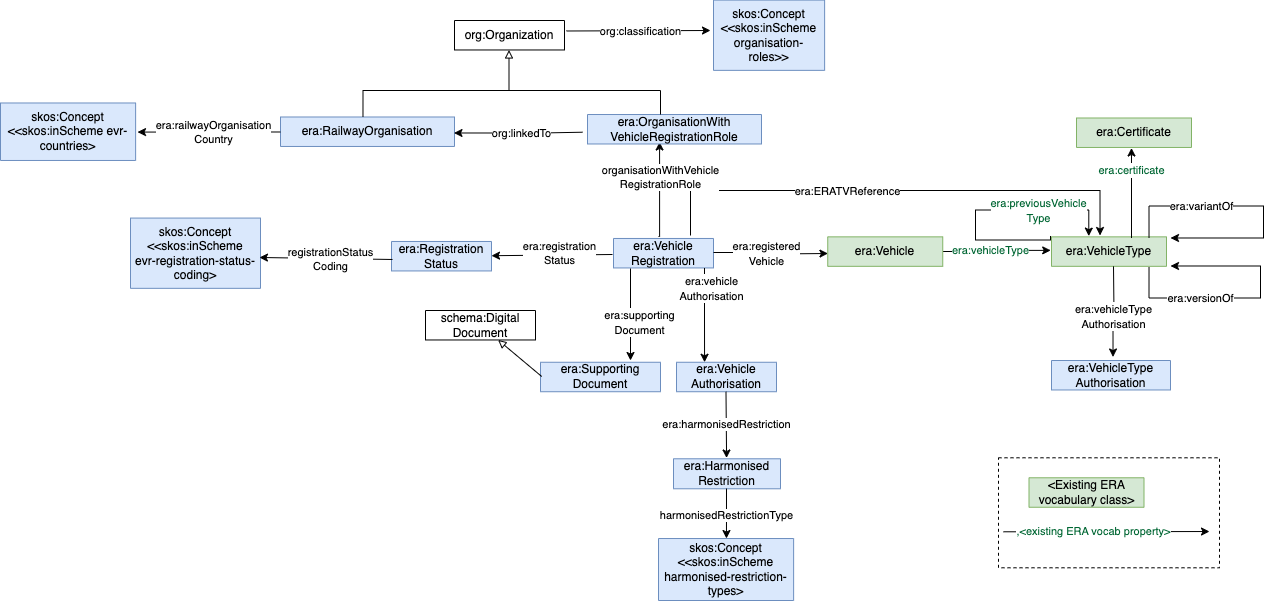
Above: doc-evr-extension/resources/images/ERA-Classes-only-EVR.png in ocorcho/tests-widoco (draw.io), before the change. Source tidied: cells renumbered, new cells last; positions are measured from the earlier drawing's top-left corner, leaving out a move shared by most shapes.
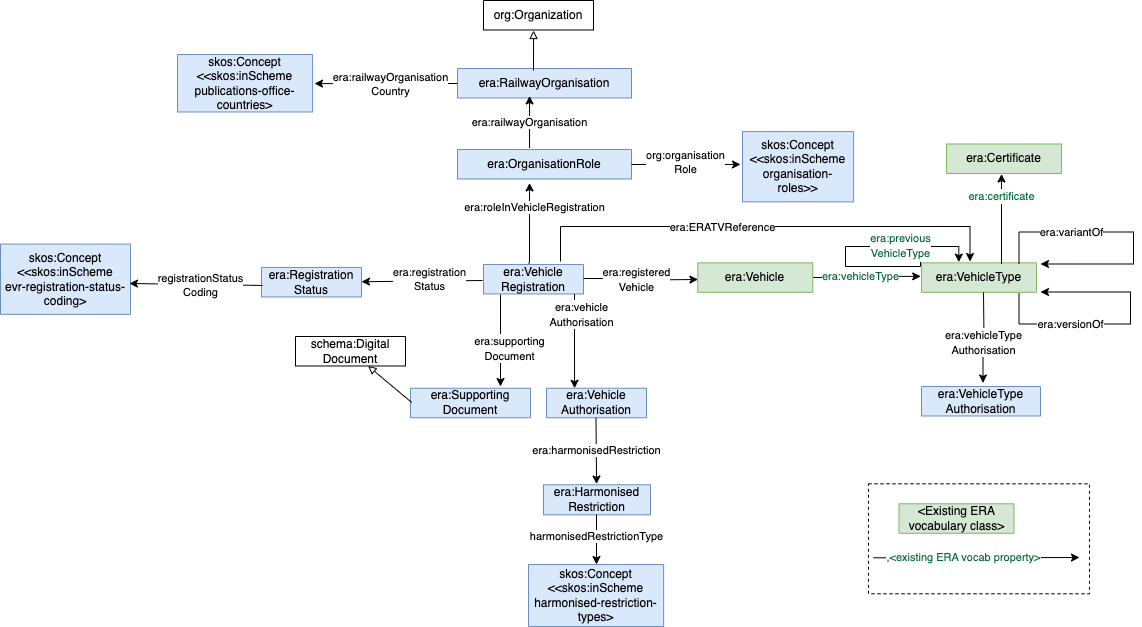
The same diagram one commit later.

The edit, as a diff of the source:
```diff
@@ -6,45 +6,39 @@
       <mxGeometry x="1051" y="236.4" width="115" height="29.5" as="geometry" />
     </mxCell>
     <mxCell id="3" value="&lt;font style=&quot;font-size: 12px ; color: rgb(0 , 0 , 0) ; direction: ltr ; letter-spacing: 0px ; line-height: 120% ; opacity: 1&quot;&gt;era:RailwayOrganisation&lt;br&gt;&lt;/font&gt;" style="verticalAlign=middle;align=center;vsdxID=334;fillColor=#dae8fc;shape=(stored shape, 160 characters);labelBackgroundColor=none;rounded=0;html=1;whiteSpace=wrap;strokeColor=#6c8ebf;" parent="1" vertex="1">
-      <mxGeometry x="280" y="116.5" width="174" height="29.5" as="geometry" />
+      <mxGeometry x="587" y="42" width="174" height="29.5" as="geometry" />
     </mxCell>
     <mxCell id="4" value="&lt;font color=&quot;#006633&quot; style=&quot;font-size: 11px&quot;&gt;era:vehicleType&lt;/font&gt;" style="endArrow=classic;html=1;rounded=0;fontFamily=Helvetica;fontSize=12;fontColor=default;startSize=26;edgeStyle=orthogonalEdgeStyle;entryX=-0.007;entryY=0.459;entryDx=0;entryDy=0;entryPerimeter=0;exitX=1.002;exitY=0.497;exitDx=0;exitDy=0;exitPerimeter=0;" parent="1" edge="1" source="17" target="2">
       <mxGeometry x="-0.13" y="1" relative="1" as="geometry" />
     </mxCell>
-    <mxCell id="5" style="endArrow=block;html=1;rounded=0;fontFamily=Helvetica;fontSize=11;fontColor=default;startSize=26;endFill=0;entryX=0.51;entryY=1;entryDx=0;entryDy=0;entryPerimeter=0;" parent="1" edge="1">
-      <mxGeometry relative="1" as="geometry">
-        <mxPoint x="508.5" y="90" as="sourcePoint" />
-        <mxPoint x="508.5" y="49.5" as="targetPoint" />
-      </mxGeometry>
-    </mxCell>
     <mxCell id="6" value="&lt;font style=&quot;font-size: 12px ; color: rgb(0 , 0 , 0) ; direction: ltr ; letter-spacing: 0px ; line-height: 120% ; opacity: 1&quot;&gt;era:Vehicle&lt;br&gt;Authorisation&lt;br&gt;&lt;/font&gt;" style="verticalAlign=middle;align=center;vsdxID=334;shape=(stored shape, 160 characters);labelBackgroundColor=none;rounded=0;html=1;whiteSpace=wrap;strokeColor=#6c8ebf;fillColor=#dae8fc;" parent="1" vertex="1">
       <mxGeometry x="676" y="361.8" width="100" height="29.5" as="geometry" />
     </mxCell>
     <mxCell id="7" value="&lt;font style=&quot;font-size: 12px ; color: rgb(0 , 0 , 0) ; direction: ltr ; letter-spacing: 0px ; line-height: 120% ; opacity: 1&quot;&gt;skos:Concept&lt;br&gt;&amp;lt;&amp;lt;skos:inScheme&lt;br&gt;organisation-roles&amp;gt;&amp;gt;&lt;br&gt;&lt;/font&gt;" style="verticalAlign=middle;align=center;vsdxID=334;shape=(stored shape, 160 characters);labelBackgroundColor=none;rounded=0;html=1;whiteSpace=wrap;strokeColor=#6c8ebf;fillColor=#dae8fc;" parent="1" vertex="1">
-      <mxGeometry x="713" y="-0.4" width="111.1" height="70.3" as="geometry" />
+      <mxGeometry x="872" y="105.1" width="111.1" height="70.3" as="geometry" />
     </mxCell>
     <mxCell id="8" style="edgeStyle=orthogonalEdgeStyle;rounded=0;orthogonalLoop=1;jettySize=auto;html=1;fontFamily=Helvetica;fontSize=12;fontColor=default;startSize=26;entryX=0.272;entryY=-0.025;entryDx=0;entryDy=0;entryPerimeter=0;" parent="1" edge="1">
       <mxGeometry relative="1" as="geometry">
         <mxPoint x="1050" y="235.5" as="sourcePoint" />
         <mxPoint x="1088.3" y="235.6" as="targetPoint" />
         <Array as="points">
-          <mxPoint x="1050" y="239.5" />
-          <mxPoint x="975" y="239.5" />
-          <mxPoint x="975" y="209.5" />
-          <mxPoint x="1088" y="209.5" />
+          <mxPoint x="1050" y="240" />
+          <mxPoint x="975" y="240" />
+          <mxPoint x="975" y="220" />
+          <mxPoint x="1088" y="220" />
         </Array>
       </mxGeometry>
     </mxCell>
-    <mxCell id="9" value="&lt;font color=&quot;#006633&quot; style=&quot;font-size: 11px&quot;&gt;era:previousVehicle&lt;br&gt;Type&lt;/font&gt;" style="edgeLabel;html=1;align=center;verticalAlign=middle;fontSize=12;fontFamily=Helvetica;fontColor=default;" parent="8" vertex="1">
+    <mxCell id="9" value="&lt;font color=&quot;#006633&quot; style=&quot;font-size: 11px&quot;&gt;era:previous&lt;br&gt;VehicleType&lt;/font&gt;" style="edgeLabel;html=1;align=center;verticalAlign=middle;fontSize=12;fontFamily=Helvetica;fontColor=default;" parent="8" vertex="1">
       <mxGeometry x="-0.51" relative="1" as="geometry">
-        <mxPoint x="43" y="-30" as="offset" />
+        <mxPoint x="30" y="-22" as="offset" />
       </mxGeometry>
     </mxCell>
     <mxCell id="10" value="&lt;font style=&quot;font-size: 12px ; color: rgb(0 , 0 , 0) ; direction: ltr ; letter-spacing: 0px ; line-height: 120% ; opacity: 1&quot;&gt;schema:Digital&lt;br&gt;Document&lt;br&gt;&lt;/font&gt;" style="verticalAlign=middle;align=center;vsdxID=334;shape=(stored shape, 160 characters);labelBackgroundColor=none;rounded=0;html=1;whiteSpace=wrap;" parent="1" vertex="1">
       <mxGeometry x="425" y="310" width="110" height="29.5" as="geometry" />
     </mxCell>
     <mxCell id="11" value="&lt;font style=&quot;font-size: 12px ; color: rgb(0 , 0 , 0) ; direction: ltr ; letter-spacing: 0px ; line-height: 120% ; opacity: 1&quot;&gt;org:Organization&lt;br&gt;&lt;/font&gt;" style="verticalAlign=middle;align=center;vsdxID=334;shape=(stored shape, 160 characters);labelBackgroundColor=none;rounded=0;html=1;whiteSpace=wrap;" parent="1" vertex="1">
-      <mxGeometry x="454" y="20" width="110" height="29.5" as="geometry" />
+      <mxGeometry x="613" y="-26" width="110" height="29.5" as="geometry" />
     </mxCell>
     <mxCell id="12" value="&lt;font style=&quot;font-size: 12px ; color: rgb(0 , 0 , 0) ; direction: ltr ; letter-spacing: 0px ; line-height: 120% ; opacity: 1&quot;&gt;&amp;lt;Existing ERA vocabulary class&amp;gt;&lt;br&gt;&lt;/font&gt;" style="verticalAlign=middle;align=center;vsdxID=334;shape=(stored shape, 160 characters);labelBackgroundColor=none;rounded=0;html=1;whiteSpace=wrap;strokeColor=#82b366;fillColor=#d5e8d4;" parent="1" vertex="1">
       <mxGeometry x="1028.5" y="477.3" width="115" height="29.5" as="geometry" />
@@ -122,8 +116,8 @@
       <mxGeometry relative="1" as="geometry">
         <mxPoint x="690" y="235" as="sourcePoint" />
         <Array as="points">
-          <mxPoint x="690" y="190" />
-          <mxPoint x="1100" y="190" />
+          <mxPoint x="690" y="200" />
+          <mxPoint x="1100" y="200" />
         </Array>
       </mxGeometry>
     </mxCell>
@@ -215,20 +209,19 @@
       </mxGeometry>
     </mxCell>
     <mxCell id="44" value="harmonisedRestrictionType" style="endArrow=classic;html=1;rounded=0;entryX=0.503;entryY=0;entryDx=0;entryDy=0;entryPerimeter=0;fillColor=#f8cecc;strokeColor=#000000;" parent="1" edge="1" target="45">
-      <mxGeometry x="0.1" relative="1" as="geometry">
+      <mxGeometry x="-0.12" relative="1" as="geometry">
         <mxPoint x="726" y="488" as="sourcePoint" />
-        <mxPoint y="-1" as="offset" />
       </mxGeometry>
     </mxCell>
     <mxCell id="45" value="&lt;font style=&quot;font-size: 12px ; color: rgb(0 , 0 , 0) ; direction: ltr ; letter-spacing: 0px ; line-height: 120% ; opacity: 1&quot;&gt;skos:Concept&lt;br&gt;&amp;lt;&amp;lt;skos:inScheme harmonised-restriction-types&amp;gt;&lt;br&gt;&lt;/font&gt;" style="verticalAlign=middle;align=center;vsdxID=334;shape=(stored shape, 160 characters);labelBackgroundColor=none;rounded=0;html=1;whiteSpace=wrap;strokeColor=#6c8ebf;fillColor=#dae8fc;" parent="1" vertex="1">
       <mxGeometry x="658" y="538" width="135.1" height="62" as="geometry" />
     </mxCell>
-    <mxCell id="46" value="&lt;font style=&quot;font-size: 12px ; color: rgb(0 , 0 , 0) ; direction: ltr ; letter-spacing: 0px ; line-height: 120% ; opacity: 1&quot;&gt;skos:Concept&lt;br&gt;&amp;lt;&amp;lt;skos:inScheme evr-countries&amp;gt;&lt;br&gt;&lt;/font&gt;" style="verticalAlign=middle;align=center;vsdxID=334;shape=(stored shape, 160 characters);labelBackgroundColor=none;rounded=0;html=1;whiteSpace=wrap;strokeColor=#6c8ebf;fillColor=#dae8fc;" parent="1" vertex="1">
-      <mxGeometry y="102.5" width="135.1" height="57.5" as="geometry" />
+    <mxCell id="46" value="&lt;font style=&quot;font-size: 12px ; color: rgb(0 , 0 , 0) ; direction: ltr ; letter-spacing: 0px ; line-height: 120% ; opacity: 1&quot;&gt;skos:Concept&lt;br&gt;&amp;lt;&amp;lt;skos:inScheme publications-office-countries&amp;gt;&lt;br&gt;&lt;/font&gt;" style="verticalAlign=middle;align=center;vsdxID=334;shape=(stored shape, 160 characters);labelBackgroundColor=none;rounded=0;html=1;whiteSpace=wrap;strokeColor=#6c8ebf;fillColor=#dae8fc;" parent="1" vertex="1">
+      <mxGeometry x="307" y="28" width="135.1" height="57.5" as="geometry" />
     </mxCell>
     <mxCell id="47" style="endArrow=classic;html=1;rounded=0;entryX=1.014;entryY=0.506;entryDx=0;entryDy=0;entryPerimeter=0;startArrow=none;startFill=0;endFill=1;" parent="1" edge="1" target="46">
       <mxGeometry relative="1" as="geometry">
-        <mxPoint x="280" y="131.5" as="sourcePoint" />
+        <mxPoint x="587" y="57" as="sourcePoint" />
       </mxGeometry>
     </mxCell>
     <mxCell id="48" value="era:railwayOrganisation&lt;br&gt;Country" style="edgeLabel;html=1;align=center;verticalAlign=middle;" parent="47" vertex="1">
@@ -236,59 +229,35 @@
         <mxPoint x="18" y="-1" as="offset" />
       </mxGeometry>
     </mxCell>
-    <mxCell id="49" style="endArrow=none;html=1;rounded=0;fontFamily=Helvetica;fontSize=12;fontColor=default;startSize=6;edgeStyle=orthogonalEdgeStyle;startArrow=classic;startFill=1;endFill=0;exitX=0.443;exitY=0.933;exitDx=0;exitDy=0;exitPerimeter=0;" parent="1" edge="1">
+    <mxCell id="49" style="endArrow=none;html=1;rounded=0;fontFamily=Helvetica;fontSize=12;fontColor=default;startSize=6;edgeStyle=orthogonalEdgeStyle;startArrow=classic;startFill=1;endFill=0;exitX=0.414;exitY=1.136;exitDx=0;exitDy=0;exitPerimeter=0;" parent="1" edge="1" source="51">
       <mxGeometry x="0.08" relative="1" as="geometry">
-        <mxPoint x="659.1" y="141.5" as="sourcePoint" />
-        <mxPoint x="658" y="236" as="targetPoint" />
+        <mxPoint x="658" y="237" as="targetPoint" />
         <Array as="points">
           <mxPoint x="659" y="236" />
-          <mxPoint x="658" y="236" />
         </Array>
       </mxGeometry>
     </mxCell>
-    <mxCell id="50" value="organisationWithVehicle&lt;br&gt;RegistrationRole" style="edgeLabel;html=1;align=center;verticalAlign=middle;" parent="49" vertex="1">
+    <mxCell id="50" value="era:roleInVehicleRegistration" style="edgeLabel;html=1;align=center;verticalAlign=middle;" parent="49" vertex="1">
       <mxGeometry x="-0.16" y="-1" relative="1" as="geometry">
-        <mxPoint x="1" y="-5" as="offset" />
+        <mxPoint x="5" y="-10" as="offset" />
       </mxGeometry>
     </mxCell>
-    <mxCell id="51" value="&lt;font style=&quot;font-size: 12px ; color: rgb(0 , 0 , 0) ; direction: ltr ; letter-spacing: 0px ; line-height: 120% ; opacity: 1&quot;&gt;era:OrganisationWith&lt;br&gt;VehicleRegistrationRole&lt;br&gt;&lt;/font&gt;" style="verticalAlign=middle;align=center;vsdxID=334;fillColor=#dae8fc;shape=(stored shape, 160 characters);labelBackgroundColor=none;rounded=0;html=1;whiteSpace=wrap;strokeColor=#6c8ebf;" parent="1" vertex="1">
-      <mxGeometry x="587" y="114" width="174" height="29.5" as="geometry" />
+    <mxCell id="51" value="&lt;font style=&quot;font-size: 12px ; color: rgb(0 , 0 , 0) ; direction: ltr ; letter-spacing: 0px ; line-height: 120% ; opacity: 1&quot;&gt;era:OrganisationRole&lt;br&gt;&lt;/font&gt;" style="verticalAlign=middle;align=center;vsdxID=334;fillColor=#dae8fc;shape=(stored shape, 160 characters);labelBackgroundColor=none;rounded=0;html=1;whiteSpace=wrap;strokeColor=#6c8ebf;" parent="1" vertex="1">
+      <mxGeometry x="587" y="123" width="174" height="29.5" as="geometry" />
     </mxCell>
-    <mxCell id="52" style="endArrow=none;html=1;rounded=0;edgeStyle=orthogonalEdgeStyle;exitX=0.474;exitY=0;exitDx=0;exitDy=0;exitPerimeter=0;" parent="1" edge="1" source="3">
-      <mxGeometry relative="1" as="geometry">
-        <mxPoint x="660" y="114" as="targetPoint" />
-        <Array as="points">
-          <mxPoint x="363" y="90" />
-          <mxPoint x="660" y="90" />
-        </Array>
-      </mxGeometry>
-    </mxCell>
-    <mxCell id="53" style="endArrow=none;html=1;rounded=0;fontFamily=Helvetica;fontSize=12;fontColor=default;startSize=6;edgeStyle=orthogonalEdgeStyle;startArrow=classic;startFill=1;endFill=0;entryX=1.018;entryY=0.356;entryDx=0;entryDy=0;entryPerimeter=0;" parent="1" edge="1" target="11">
-      <mxGeometry x="0.08" relative="1" as="geometry">
-        <mxPoint x="710" y="30" as="sourcePoint" />
-        <Array as="points">
-          <mxPoint x="710" y="31" />
-        </Array>
-      </mxGeometry>
-    </mxCell>
-    <mxCell id="54" value="org:classification" style="edgeLabel;html=1;align=center;verticalAlign=middle;" parent="53" vertex="1">
-      <mxGeometry x="-0.16" y="-1" relative="1" as="geometry">
-        <mxPoint x="-9" y="1" as="offset" />
-      </mxGeometry>
-    </mxCell>
-    <mxCell id="55" style="endArrow=none;html=1;rounded=0;fontFamily=Helvetica;fontSize=12;fontColor=default;startSize=6;edgeStyle=orthogonalEdgeStyle;startArrow=classic;startFill=1;endFill=0;entryX=1.018;entryY=0.356;entryDx=0;entryDy=0;entryPerimeter=0;exitX=0.997;exitY=0.543;exitDx=0;exitDy=0;exitPerimeter=0;" parent="1" edge="1" source="3">
-      <mxGeometry x="0.08" relative="1" as="geometry">
-        <mxPoint x="582" y="131.7" as="targetPoint" />
-        <Array as="points">
-          <mxPoint x="540" y="133" />
-          <mxPoint x="540" y="132" />
-        </Array>
-      </mxGeometry>
-    </mxCell>
-    <mxCell id="56" value="org:linkedTo" style="edgeLabel;html=1;align=center;verticalAlign=middle;" parent="55" vertex="1">
-      <mxGeometry x="-0.16" y="-1" relative="1" as="geometry">
-        <mxPoint x="13" y="-1" as="offset" />
-      </mxGeometry>
-    </mxCell>
+    <mxCell id="57" style="endArrow=block;html=1;rounded=0;fontFamily=Helvetica;fontSize=11;fontColor=default;startSize=26;endFill=0;entryX=0.455;entryY=1.018;entryDx=0;entryDy=0;entryPerimeter=0;" parent="1" edge="1" target="11">
+      <mxGeometry relative="1" as="geometry">
+        <mxPoint x="663" y="44" as="sourcePoint" />
+      </mxGeometry>
+    </mxCell>
+    <mxCell id="58" style="endArrow=classic;html=1;rounded=0;fontFamily=Helvetica;fontSize=11;fontColor=default;startSize=26;endFill=1;entryX=-0.018;entryY=0.468;entryDx=0;entryDy=0;entryPerimeter=0;exitX=1;exitY=0.509;exitDx=0;exitDy=0;exitPerimeter=0;" parent="1" edge="1" source="51" target="7">
+      <mxGeometry relative="1" as="geometry" />
+    </mxCell>
+    <mxCell id="59" value="org:organisation&lt;br&gt;Role" style="edgeLabel;html=1;align=center;verticalAlign=middle;" parent="58" vertex="1">
+      <mxGeometry x="-0.01" y="2" relative="1" as="geometry" />
+    </mxCell>
+    <mxCell id="60" value="era:railwayOrganisation" style="endArrow=classic;html=1;rounded=0;fontFamily=Helvetica;fontSize=11;fontColor=default;startSize=26;endFill=1;entryX=0.414;entryY=0.933;entryDx=0;entryDy=0;entryPerimeter=0;exitX=0.414;exitY=-0.051;exitDx=0;exitDy=0;exitPerimeter=0;" parent="1" edge="1" source="51" target="3">
+      <mxGeometry relative="1" as="geometry" />
+    </mxCell>
   </root>
 </mxGraphModel>
```
